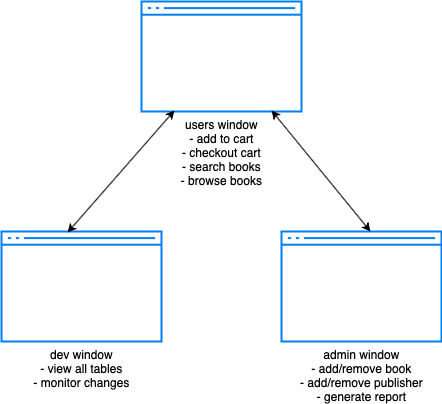
This is img/ui_architecture.png from coffeeboost/3005-bookstore, a draw.io export, as it was before one commit. Source tidied: cells renumbered, new cells last; positions are measured from the earlier drawing's top-left corner, leaving out a move shared by most shapes.
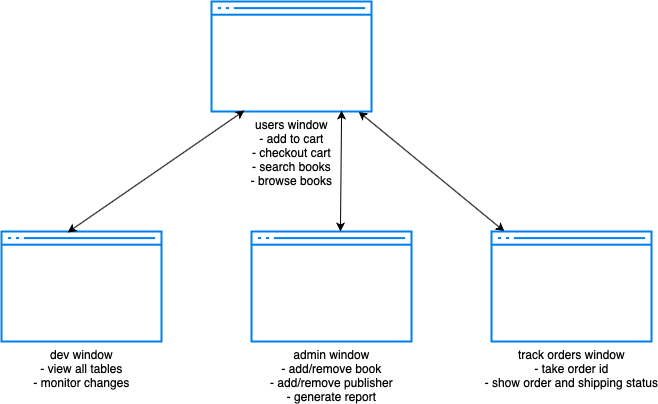
The same file after the commit.

Change to the diagram source:
```diff
@@ -3,11 +3,14 @@
     <mxCell id="0" />
     <mxCell id="1" parent="0" />
     <mxCell id="2" value="dev window&lt;br&gt;- view all tables&lt;br&gt;- monitor changes" style="html=1;verticalLabelPosition=bottom;align=center;labelBackgroundColor=#ffffff;verticalAlign=top;strokeWidth=2;strokeColor=#0080F0;shadow=0;dashed=0;shape=mxgraph.ios7.icons.window;" parent="1" vertex="1">
-      <mxGeometry y="230" width="160" height="110" as="geometry" />
+      <mxGeometry x="-70" y="230" width="160" height="110" as="geometry" />
     </mxCell>
     <mxCell id="3" value="admin window&lt;br&gt;- add/remove book&lt;br&gt;- add/remove publisher&lt;br&gt;- generate report" style="html=1;verticalLabelPosition=bottom;align=center;labelBackgroundColor=#ffffff;verticalAlign=top;strokeWidth=2;strokeColor=#0080F0;shadow=0;dashed=0;shape=mxgraph.ios7.icons.window;" parent="1" vertex="1">
-      <mxGeometry x="280" y="230" width="160" height="110" as="geometry" />
+      <mxGeometry x="180" y="230" width="160" height="110" as="geometry" />
     </mxCell>
+    <mxCell id="7" style="rounded=0;jettySize=auto;html=1;endArrow=classic;endFill=1;startArrow=classic;startFill=1;" parent="1" edge="1" source="4" target="8">
+      <mxGeometry relative="1" as="geometry" />
+    </mxCell>
     <mxCell id="4" value="users window&lt;br&gt;- add to cart&lt;br&gt;- checkout cart&lt;br&gt;- search books&lt;br&gt;- browse books" style="html=1;verticalLabelPosition=bottom;align=center;labelBackgroundColor=#ffffff;verticalAlign=top;strokeWidth=2;strokeColor=#0080F0;shadow=0;dashed=0;shape=mxgraph.ios7.icons.window;" parent="1" vertex="1">
       <mxGeometry x="140" width="160" height="110" as="geometry" />
     </mxCell>
@@ -17,5 +20,8 @@
     <mxCell id="6" style="endArrow=classic;startArrow=classic;html=1;rounded=0;exitX=0.556;exitY=0;exitDx=0;exitDy=0;exitPerimeter=0;entryX=0.813;entryY=0.991;entryDx=0;entryDy=0;entryPerimeter=0;" parent="1" edge="1" source="3" target="4">
       <mxGeometry relative="1" as="geometry" />
     </mxCell>
+    <mxCell id="8" value="track orders window&lt;br&gt;- take order id&lt;br&gt;- show order and shipping status" style="html=1;verticalLabelPosition=bottom;align=center;labelBackgroundColor=#ffffff;verticalAlign=top;strokeWidth=2;strokeColor=#0080F0;shadow=0;dashed=0;shape=mxgraph.ios7.icons.window;" parent="1" vertex="1">
+      <mxGeometry x="420" y="230" width="160" height="110" as="geometry" />
+    </mxCell>
   </root>
 </mxGraphModel>
```
